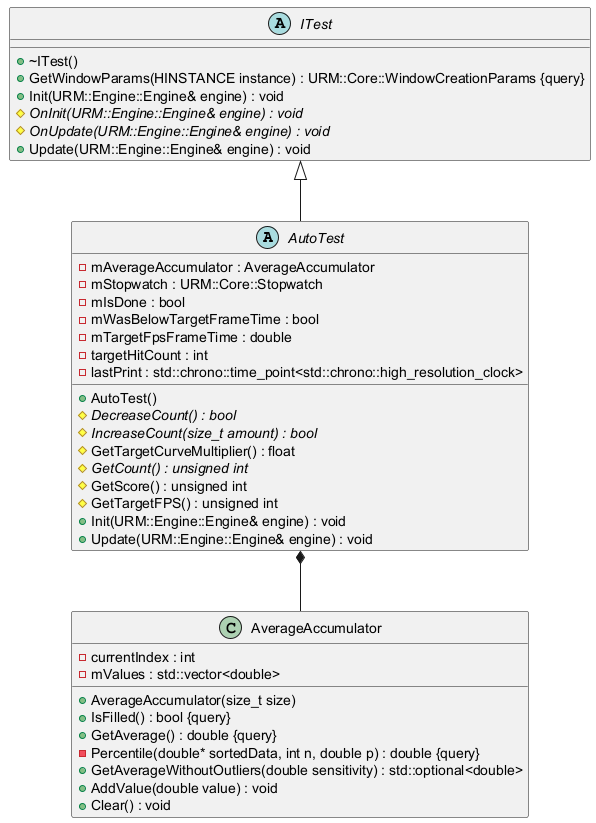
Before: Latex/images/UML/tests.png, a diagram exported from PlantUML (MinikPLayer/MasterThesis_UniversalRenderingModule_D3D11). Its diagram source:
```plantuml
@startuml
top to bottom direction






abstract class AutoTest {
	+AutoTest()
	-mAverageAccumulator : AverageAccumulator
	-mStopwatch : URM::Core::Stopwatch
	#{abstract} DecreaseCount() : bool
	#{abstract} IncreaseCount(size_t amount) : bool
	-mIsDone : bool
	-mWasBelowTargetFrameTime : bool
	-mTargetFpsFrameTime : double
	#GetTargetCurveMultiplier() : float
	-targetHitCount : int
	-lastPrint : std::chrono::time_point<std::chrono::high_resolution_clock>
	#{abstract} GetCount() : unsigned int
	#GetScore() : unsigned int
	#GetTargetFPS() : unsigned int
	+Init(URM::Engine::Engine& engine) : void
	+Update(URM::Engine::Engine& engine) : void
}


class AverageAccumulator {
	+AverageAccumulator(size_t size)
	+IsFilled() : bool {query}
	+GetAverage() : double {query}
	-Percentile(double* sortedData, int n, double p) : double {query}
	-currentIndex : int
	+GetAverageWithoutOutliers(double sensitivity) : std::optional<double>
	-mValues : std::vector<double>
	+AddValue(double value) : void
	+Clear() : void
}


abstract class ITest {
	+~ITest()
	+GetWindowParams(HINSTANCE instance) : URM::Core::WindowCreationParams {query}
	+Init(URM::Engine::Engine& engine) : void
	#{abstract} OnInit(URM::Engine::Engine& engine) : void
	#{abstract} OnUpdate(URM::Engine::Engine& engine) : void
	+Update(URM::Engine::Engine& engine) : void
}






ITest <|-- AutoTest






AutoTest *-- AverageAccumulator









@enduml
```
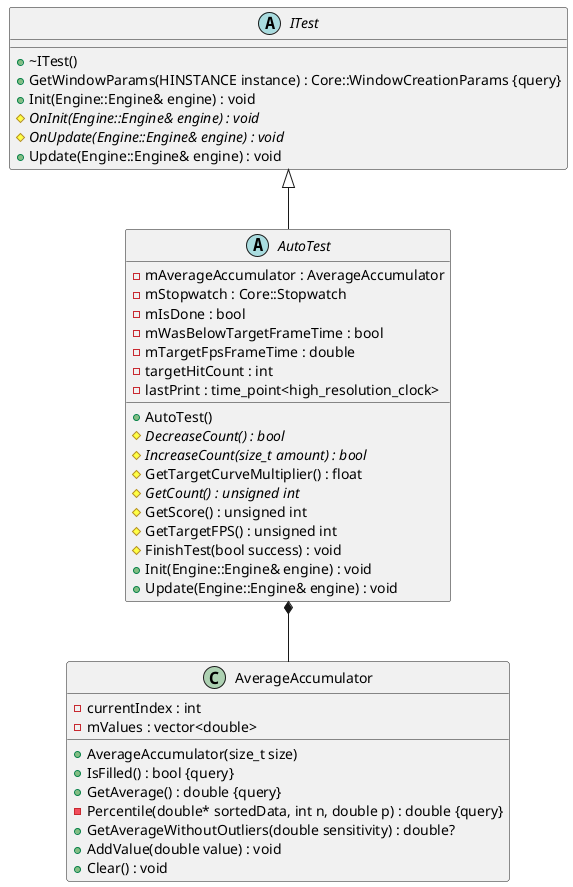
After the commit.

What changed in the source:
```diff
@@ -9,7 +9,7 @@
 abstract class AutoTest {
 	+AutoTest()
 	-mAverageAccumulator : AverageAccumulator
-	-mStopwatch : URM::Core::Stopwatch
+	-mStopwatch : Core::Stopwatch
 	#{abstract} DecreaseCount() : bool
 	#{abstract} IncreaseCount(size_t amount) : bool
 	-mIsDone : bool
@@ -17,12 +17,13 @@
 	-mTargetFpsFrameTime : double
 	#GetTargetCurveMultiplier() : float
 	-targetHitCount : int
-	-lastPrint : std::chrono::time_point<std::chrono::high_resolution_clock>
+	-lastPrint : time_point<high_resolution_clock>
 	#{abstract} GetCount() : unsigned int
 	#GetScore() : unsigned int
 	#GetTargetFPS() : unsigned int
-	+Init(URM::Engine::Engine& engine) : void
-	+Update(URM::Engine::Engine& engine) : void
+	#FinishTest(bool success) : void
+	+Init(Engine::Engine& engine) : void
+	+Update(Engine::Engine& engine) : void
 }
 
 
@@ -32,8 +33,8 @@
 	+GetAverage() : double {query}
 	-Percentile(double* sortedData, int n, double p) : double {query}
 	-currentIndex : int
-	+GetAverageWithoutOutliers(double sensitivity) : std::optional<double>
-	-mValues : std::vector<double>
+	+GetAverageWithoutOutliers(double sensitivity) : double?
+	-mValues : vector<double>
 	+AddValue(double value) : void
 	+Clear() : void
 }
@@ -41,11 +42,11 @@
 
 abstract class ITest {
 	+~ITest()
-	+GetWindowParams(HINSTANCE instance) : URM::Core::WindowCreationParams {query}
-	+Init(URM::Engine::Engine& engine) : void
-	#{abstract} OnInit(URM::Engine::Engine& engine) : void
-	#{abstract} OnUpdate(URM::Engine::Engine& engine) : void
-	+Update(URM::Engine::Engine& engine) : void
+	+GetWindowParams(HINSTANCE instance) : Core::WindowCreationParams {query}
+	+Init(Engine::Engine& engine) : void
+	#{abstract} OnInit(Engine::Engine& engine) : void
+	#{abstract} OnUpdate(Engine::Engine& engine) : void
+	+Update(Engine::Engine& engine) : void
 }
 
 
```
